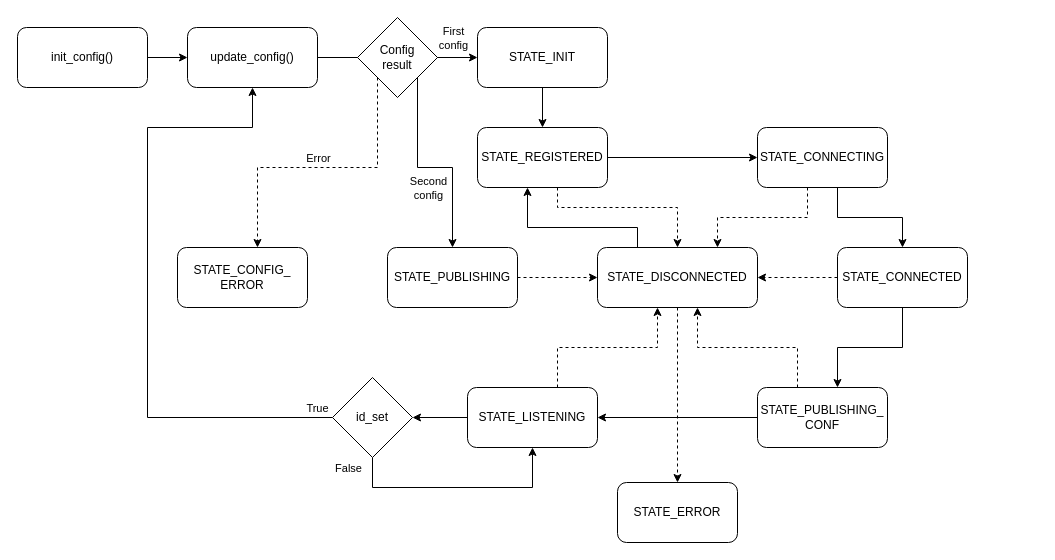
Above: Drawio/state_machine.drawio in matteovisotto/MTDS-FinalProject (draw.io), before the change. Source tidied: cells renumbered, new cells numbered last; positions are measured from the earlier drawing's top-left corner, leaving out a move shared by most shapes. Both pictures are drawn from the tidied source at 100%, with x=0, y=0 at pixel (17, 17).
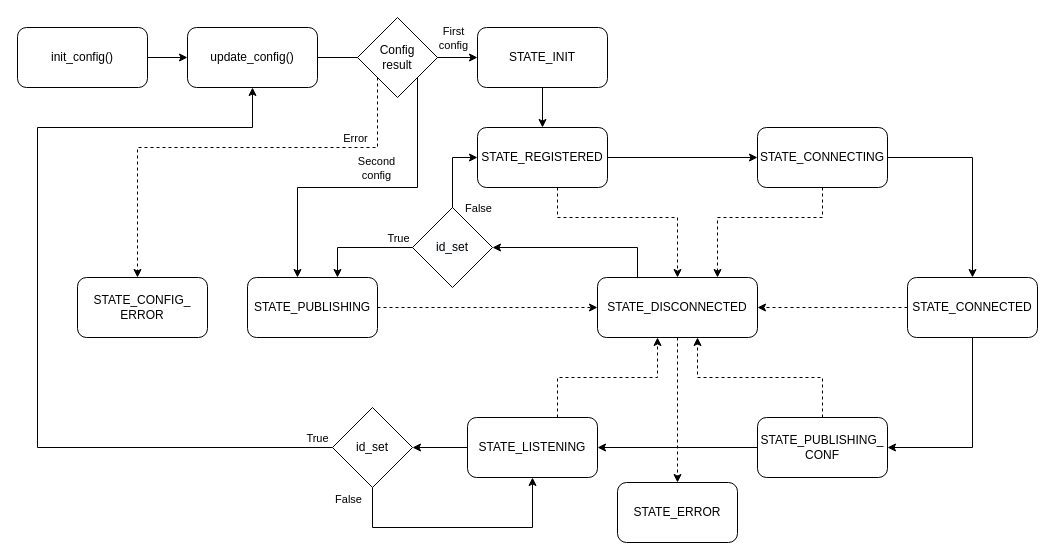
The same page after the edit.

Unchanged cells that the change refers to:
```xml
<mxCell id="6" value="STATE_REGISTERED" style="rounded=1;whiteSpace=wrap;html=1;" parent="1" vertex="1">
  <mxGeometry x="460" y="110" width="130" height="60" as="geometry" />
</mxCell>
<mxCell id="9" value="STATE_CONNECTING" style="rounded=1;whiteSpace=wrap;html=1;" parent="1" vertex="1">
  <mxGeometry x="740" y="110" width="130" height="60" as="geometry" />
</mxCell>
<mxCell id="31" value="update_config()" style="rounded=1;whiteSpace=wrap;html=1;" parent="1" vertex="1">
  <mxGeometry x="170" y="10" width="130" height="60" as="geometry" />
</mxCell>
<mxCell id="40" value="Config&lt;br&gt;result" style="rhombus;whiteSpace=wrap;html=1;" parent="1" vertex="1">
  <mxGeometry x="340" width="80" height="80" as="geometry" />
</mxCell>
```

Change to the diagram source:
```diff
@@
     <mxCell id="5" style="edgeStyle=orthogonalEdgeStyle;rounded=0;jettySize=auto;html=1;dashed=1;" parent="1" edge="1" source="6" target="23">
       <mxGeometry relative="1" as="geometry">
         <Array as="points">
-          <mxPoint x="540" y="190" />
-          <mxPoint x="660" y="190" />
+          <mxPoint x="540" y="200" />
+          <mxPoint x="660" y="200" />
         </Array>
       </mxGeometry>
     </mxCell>
@@
     <mxCell id="7" style="edgeStyle=orthogonalEdgeStyle;rounded=0;jettySize=auto;html=1;dashed=1;" parent="1" edge="1" source="9" target="23">
       <mxGeometry relative="1" as="geometry">
         <Array as="points">
-          <mxPoint x="790" y="200" />
+          <mxPoint x="805" y="200" />
           <mxPoint x="700" y="200" />
         </Array>
       </mxGeometry>
     </mxCell>
     <mxCell id="8" style="edgeStyle=orthogonalEdgeStyle;rounded=0;jettySize=auto;html=1;" parent="1" edge="1" source="9" target="12">
       <mxGeometry relative="1" as="geometry">
         <Array as="points">
-          <mxPoint x="820" y="200" />
-          <mxPoint x="885" y="200" />
+          <mxPoint x="955" y="140" />
         </Array>
       </mxGeometry>
     </mxCell>
@@
     <mxCell id="10" style="edgeStyle=orthogonalEdgeStyle;rounded=0;jettySize=auto;html=1;" parent="1" edge="1" source="12" target="15">
       <mxGeometry relative="1" as="geometry">
         <Array as="points">
-          <mxPoint x="885" y="330" />
-          <mxPoint x="820" y="330" />
+          <mxPoint x="955" y="430" />
         </Array>
       </mxGeometry>
     </mxCell>
@@
     <mxCell id="12" value="STATE_CONNECTED" style="rounded=1;whiteSpace=wrap;html=1;" parent="1" vertex="1">
-      <mxGeometry x="820" y="230" width="130" height="60" as="geometry" />
+      <mxGeometry x="890" y="260" width="130" height="60" as="geometry" />
     </mxCell>
@@
     <mxCell id="14" style="edgeStyle=orthogonalEdgeStyle;rounded=0;jettySize=auto;html=1;dashed=1;" parent="1" edge="1" source="15" target="23">
       <mxGeometry relative="1" as="geometry">
         <Array as="points">
-          <mxPoint x="780" y="330" />
-          <mxPoint x="680" y="330" />
+          <mxPoint x="805" y="360" />
+          <mxPoint x="680" y="360" />
         </Array>
       </mxGeometry>
     </mxCell>
     <mxCell id="15" value="STATE_PUBLISHING_&lt;br&gt;CONF" style="rounded=1;whiteSpace=wrap;html=1;" parent="1" vertex="1">
-      <mxGeometry x="740" y="370" width="130" height="60" as="geometry" />
+      <mxGeometry x="740" y="400" width="130" height="60" as="geometry" />
     </mxCell>
     <mxCell id="16" style="edgeStyle=orthogonalEdgeStyle;rounded=0;jettySize=auto;html=1;dashed=1;" parent="1" edge="1" source="18" target="23">
       <mxGeometry relative="1" as="geometry">
         <Array as="points">
-          <mxPoint x="540" y="330" />
-          <mxPoint x="640" y="330" />
+          <mxPoint x="540" y="360" />
+          <mxPoint x="640" y="360" />
         </Array>
       </mxGeometry>
     </mxCell>
@@
     <mxCell id="18" value="STATE_LISTENING" style="rounded=1;whiteSpace=wrap;html=1;" parent="1" vertex="1">
-      <mxGeometry x="450" y="370" width="130" height="60" as="geometry" />
+      <mxGeometry x="450" y="400" width="130" height="60" as="geometry" />
     </mxCell>
     <mxCell id="19" style="edgeStyle=orthogonalEdgeStyle;rounded=0;jettySize=auto;html=1;dashed=1;" parent="1" edge="1" source="20" target="23">
-      <mxGeometry relative="1" as="geometry" />
+      <mxGeometry relative="1" as="geometry">
+        <Array as="points">
+          <mxPoint x="470" y="290" />
+          <mxPoint x="470" y="290" />
+        </Array>
+      </mxGeometry>
     </mxCell>
     <mxCell id="20" value="STATE_PUBLISHING" style="rounded=1;whiteSpace=wrap;html=1;" parent="1" vertex="1">
-      <mxGeometry x="370" y="230" width="130" height="60" as="geometry" />
+      <mxGeometry x="230" y="260" width="130" height="60" as="geometry" />
     </mxCell>
-    <mxCell id="21" style="edgeStyle=orthogonalEdgeStyle;rounded=0;jettySize=auto;html=1;" parent="1" edge="1" source="23" target="6">
+    <mxCell id="21" style="edgeStyle=orthogonalEdgeStyle;rounded=0;jettySize=auto;html=1;" parent="1" edge="1" source="23" target="45">
       <mxGeometry relative="1" as="geometry">
         <Array as="points">
-          <mxPoint x="620" y="210" />
-          <mxPoint x="510" y="210" />
+          <mxPoint x="620" y="230" />
         </Array>
       </mxGeometry>
     </mxCell>
@@
     <mxCell id="23" value="STATE_DISCONNECTED" style="rounded=1;whiteSpace=wrap;html=1;" parent="1" vertex="1">
-      <mxGeometry x="580" y="230" width="160" height="60" as="geometry" />
+      <mxGeometry x="580" y="260" width="160" height="60" as="geometry" />
     </mxCell>
@@
     <mxCell id="27" style="edgeStyle=orthogonalEdgeStyle;rounded=0;jettySize=auto;html=1;" parent="1" edge="1" source="40" target="20">
       <mxGeometry relative="1" as="geometry">
         <Array as="points">
-          <mxPoint x="400" y="150" />
-          <mxPoint x="435" y="150" />
+          <mxPoint x="400" y="170" />
+          <mxPoint x="280" y="170" />
         </Array>
       </mxGeometry>
     </mxCell>
     <mxCell id="28" value="Second&lt;br&gt;config" style="edgeLabel;html=1;align=center;verticalAlign=middle;" parent="27" vertex="1">
       <mxGeometry x="-0.22" y="2" relative="1" as="geometry">
-        <mxPoint x="8" y="30" as="offset" />
+        <mxPoint x="-27" y="-22" as="offset" />
       </mxGeometry>
     </mxCell>
     <mxCell id="29" style="edgeStyle=orthogonalEdgeStyle;rounded=0;jettySize=auto;html=1;dashed=1;" parent="1" edge="1" source="40" target="34">
       <mxGeometry relative="1" as="geometry">
         <Array as="points">
-          <mxPoint x="360" y="150" />
-          <mxPoint x="240" y="150" />
+          <mxPoint x="360" y="130" />
+          <mxPoint x="120" y="130" />
         </Array>
       </mxGeometry>
     </mxCell>
     <mxCell id="30" value="Error" style="edgeLabel;html=1;align=center;verticalAlign=middle;" parent="29" vertex="1">
       <mxGeometry x="-0.59" y="1" relative="1" as="geometry">
-        <mxPoint x="-61" y="21" as="offset" />
+        <mxPoint x="-3" y="-11" as="offset" />
       </mxGeometry>
     </mxCell>
@@
     <mxCell id="34" value="STATE_CONFIG_&lt;br&gt;ERROR" style="rounded=1;whiteSpace=wrap;html=1;" parent="1" vertex="1">
-      <mxGeometry x="160" y="230" width="130" height="60" as="geometry" />
+      <mxGeometry x="60" y="260" width="130" height="60" as="geometry" />
     </mxCell>
     <mxCell id="35" style="edgeStyle=orthogonalEdgeStyle;rounded=0;jettySize=auto;html=1;" parent="1" edge="1" source="39" target="18">
       <mxGeometry relative="1" as="geometry">
         <Array as="points">
-          <mxPoint x="355" y="470" />
-          <mxPoint x="515" y="470" />
+          <mxPoint x="355" y="510" />
+          <mxPoint x="515" y="510" />
         </Array>
       </mxGeometry>
     </mxCell>
     <mxCell id="36" value="False" style="edgeLabel;html=1;align=center;verticalAlign=middle;" parent="35" vertex="1">
       <mxGeometry x="-0.77" y="-3" relative="1" as="geometry">
-        <mxPoint x="-22" y="-16" as="offset" />
+        <mxPoint x="-22" y="-18" as="offset" />
       </mxGeometry>
     </mxCell>
     <mxCell id="37" style="edgeStyle=orthogonalEdgeStyle;rounded=0;jettySize=auto;html=1;" parent="1" edge="1" source="39" target="31">
       <mxGeometry relative="1" as="geometry">
         <Array as="points">
-          <mxPoint x="130" y="400" />
-          <mxPoint x="130" y="110" />
+          <mxPoint x="20" y="430" />
+          <mxPoint x="20" y="110" />
           <mxPoint x="235" y="110" />
         </Array>
       </mxGeometry>
     </mxCell>
     <mxCell id="38" value="True" style="edgeLabel;html=1;align=center;verticalAlign=middle;" parent="37" vertex="1">
       <mxGeometry x="-0.88" y="1" relative="1" as="geometry">
-        <mxPoint x="21" y="-11" as="offset" />
+        <mxPoint x="36" y="-11" as="offset" />
       </mxGeometry>
     </mxCell>
     <mxCell id="39" value="id_set" style="rhombus;whiteSpace=wrap;html=1;" parent="1" vertex="1">
-      <mxGeometry x="315" y="360" width="80" height="80" as="geometry" />
+      <mxGeometry x="315" y="390" width="80" height="80" as="geometry" />
     </mxCell>
@@
+    <mxCell id="41" style="edgeStyle=orthogonalEdgeStyle;rounded=0;jettySize=auto;html=1;" parent="1" edge="1" source="45" target="20">
+      <mxGeometry relative="1" as="geometry">
+        <Array as="points">
+          <mxPoint x="320" y="230" />
+        </Array>
+      </mxGeometry>
+    </mxCell>
+    <mxCell id="42" value="True" style="edgeLabel;html=1;align=center;verticalAlign=middle;" parent="41" vertex="1">
+      <mxGeometry x="0.12" y="1" relative="1" as="geometry">
+        <mxPoint x="44" y="-11" as="offset" />
+      </mxGeometry>
+    </mxCell>
+    <mxCell id="43" style="edgeStyle=orthogonalEdgeStyle;rounded=0;jettySize=auto;html=1;" parent="1" edge="1" source="45" target="6">
+      <mxGeometry relative="1" as="geometry">
+        <Array as="points">
+          <mxPoint x="435" y="140" />
+        </Array>
+      </mxGeometry>
+    </mxCell>
+    <mxCell id="44" value="False" style="edgeLabel;html=1;align=center;verticalAlign=middle;" parent="43" vertex="1">
+      <mxGeometry x="0.2" y="1" relative="1" as="geometry">
+        <mxPoint x="26" y="45" as="offset" />
+      </mxGeometry>
+    </mxCell>
+    <mxCell id="45" value="&lt;span style=&quot;color: rgb(0, 0, 0); font-family: Helvetica; font-size: 12px; font-style: normal; font-variant-ligatures: normal; font-variant-caps: normal; font-weight: 400; letter-spacing: normal; orphans: 2; text-align: center; text-indent: 0px; text-transform: none; widows: 2; word-spacing: 0px; -webkit-text-stroke-width: 0px; background-color: rgb(248, 249, 250); text-decoration-thickness: initial; text-decoration-style: initial; text-decoration-color: initial; float: none; display: inline !important;&quot;&gt;id_set&lt;/span&gt;" style="rhombus;whiteSpace=wrap;html=1;" parent="1" vertex="1">
+      <mxGeometry x="395" y="190" width="80" height="80" as="geometry" />
+    </mxCell>
```
